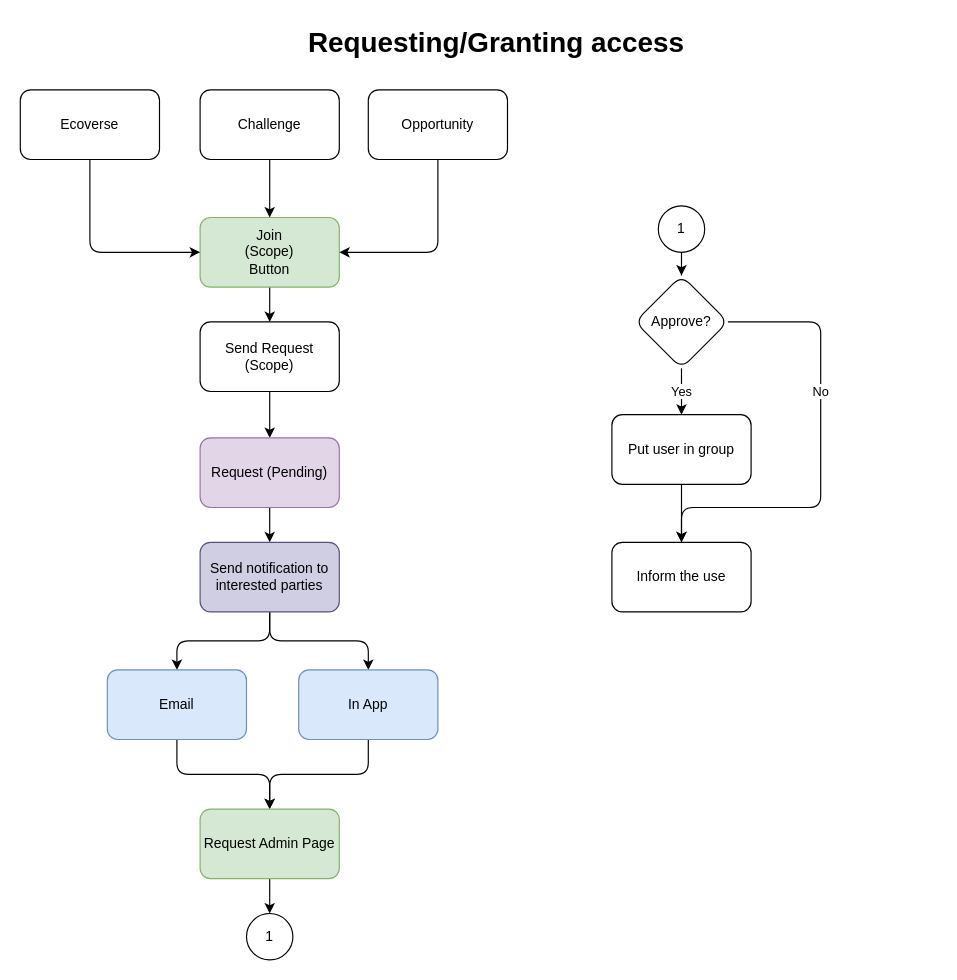
alkem-io/alkemio keeps this draw.io diagram as page "Application" (2 of 7) of Design/UserOnboardingFlow.drawio. Above is the earlier version. Source tidied: cells renumbered, new cells numbered last; positions are measured from the earlier drawing's top-left corner, leaving out a move shared by most shapes. Both pictures are drawn from the tidied source at 116%, with x=0, y=0 at pixel (20, 20).
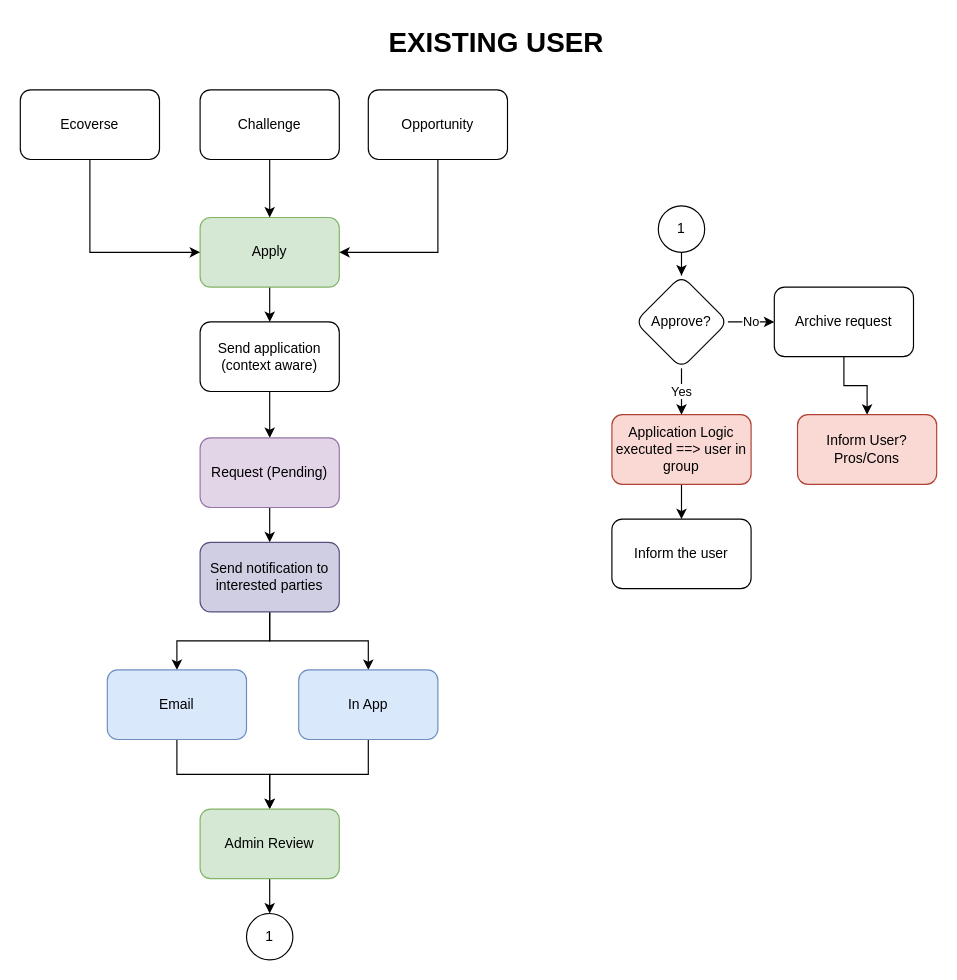
The same diagram, later.

Unchanged cells that the change refers to:
```xml
<mxCell id="10" value="Send notification to interested parties" style="whiteSpace=wrap;html=1;rounded=1;fillColor=#d0cee2;strokeColor=#56517e;" parent="1" vertex="1">
  <mxGeometry x="155" y="450" width="120" height="60" as="geometry" />
</mxCell>
<mxCell id="12" value="Email" style="whiteSpace=wrap;html=1;rounded=1;fillColor=#dae8fc;strokeColor=#6c8ebf;" parent="1" vertex="1">
  <mxGeometry x="75" y="560" width="120" height="60" as="geometry" />
</mxCell>
<mxCell id="14" value="In App" style="whiteSpace=wrap;html=1;rounded=1;fillColor=#dae8fc;strokeColor=#6c8ebf;" parent="1" vertex="1">
  <mxGeometry x="240" y="560" width="120" height="60" as="geometry" />
</mxCell>
<mxCell id="19" value="Approve?" style="rhombus;whiteSpace=wrap;html=1;rounded=1;" parent="1" vertex="1">
  <mxGeometry x="530" y="220" width="80" height="80" as="geometry" />
</mxCell>
<mxCell id="27" value="Ecoverse" style="rounded=1;whiteSpace=wrap;html=1;" parent="1" vertex="1">
  <mxGeometry y="60" width="120" height="60" as="geometry" />
</mxCell>
<mxCell id="31" value="Opportunity" style="rounded=1;whiteSpace=wrap;html=1;" parent="1" vertex="1">
  <mxGeometry x="300" y="60" width="120" height="60" as="geometry" />
</mxCell>
```

What changed in the source:
```diff
@@
-    <mxCell id="3" value="Join&lt;br&gt;(Scope)&lt;br&gt;Button" style="rounded=1;whiteSpace=wrap;html=1;fillColor=#d5e8d4;strokeColor=#82b366;" parent="1" vertex="1">
+    <mxCell id="3" value="Apply" style="rounded=1;whiteSpace=wrap;html=1;fillColor=#d5e8d4;strokeColor=#82b366;" parent="1" vertex="1">
       <mxGeometry x="155" y="170" width="120" height="60" as="geometry" />
     </mxCell>
@@
-    <mxCell id="5" value="Send Request&lt;br&gt;(Scope)" style="whiteSpace=wrap;html=1;rounded=1;" parent="1" vertex="1">
+    <mxCell id="5" value="Send application&lt;br&gt;(context aware)" style="whiteSpace=wrap;html=1;rounded=1;" parent="1" vertex="1">
       <mxGeometry x="155" y="260" width="120" height="60" as="geometry" />
     </mxCell>
@@
-    <mxCell id="8" style="edgeStyle=orthogonalEdgeStyle;rounded=1;jettySize=auto;html=1;" parent="1" edge="1" source="10" target="12">
+    <mxCell id="8" style="edgeStyle=orthogonalEdgeStyle;rounded=0;jettySize=auto;html=1;" parent="1" edge="1" source="10" target="12">
       <mxGeometry relative="1" as="geometry" />
     </mxCell>
-    <mxCell id="9" style="edgeStyle=orthogonalEdgeStyle;rounded=1;jettySize=auto;html=1;" parent="1" edge="1" source="10" target="14">
+    <mxCell id="9" style="edgeStyle=orthogonalEdgeStyle;rounded=0;jettySize=auto;html=1;" parent="1" edge="1" source="10" target="14">
       <mxGeometry relative="1" as="geometry" />
     </mxCell>
@@
-    <mxCell id="11" style="edgeStyle=orthogonalEdgeStyle;rounded=1;jettySize=auto;html=1;" parent="1" edge="1" source="12" target="16">
+    <mxCell id="11" style="edgeStyle=orthogonalEdgeStyle;rounded=0;jettySize=auto;html=1;" parent="1" edge="1" source="12" target="16">
       <mxGeometry relative="1" as="geometry" />
     </mxCell>
@@
-    <mxCell id="13" style="edgeStyle=orthogonalEdgeStyle;rounded=1;jettySize=auto;html=1;entryX=0.5;entryY=0;entryDx=0;entryDy=0;" parent="1" edge="1" source="14" target="16">
+    <mxCell id="13" style="edgeStyle=orthogonalEdgeStyle;rounded=0;jettySize=auto;html=1;entryX=0.5;entryY=0;entryDx=0;entryDy=0;" parent="1" edge="1" source="14" target="16">
       <mxGeometry relative="1" as="geometry" />
     </mxCell>
@@
-    <mxCell id="16" value="Request Admin Page" style="rounded=1;whiteSpace=wrap;html=1;fillColor=#d5e8d4;strokeColor=#82b366;" parent="1" vertex="1">
+    <mxCell id="16" value="Admin Review" style="rounded=1;whiteSpace=wrap;html=1;fillColor=#d5e8d4;strokeColor=#82b366;" parent="1" vertex="1">
       <mxGeometry x="155" y="680" width="120" height="60" as="geometry" />
     </mxCell>
@@
-    <mxCell id="18" value="No" style="edgeStyle=orthogonalEdgeStyle;rounded=1;jettySize=auto;html=1;entryX=0.5;entryY=0;entryDx=0;entryDy=0;" parent="1" edge="1" source="19" target="25">
-      <mxGeometry x="-0.28" relative="1" as="geometry">
+    <mxCell id="18" value="No" style="edgeStyle=orthogonalEdgeStyle;rounded=0;jettySize=auto;html=1;" parent="1" edge="1" source="19" target="34">
+      <mxGeometry relative="1" as="geometry">
         <Array as="points">
-          <mxPoint x="690" y="260" />
-          <mxPoint x="690" y="420" />
-          <mxPoint x="570" y="420" />
+          <mxPoint x="627" y="260" />
+          <mxPoint x="627" y="260" />
         </Array>
       </mxGeometry>
     </mxCell>
@@
+    <mxCell id="33" style="edgeStyle=orthogonalEdgeStyle;rounded=0;jettySize=auto;html=1;" parent="1" edge="1" source="34" target="35">
+      <mxGeometry relative="1" as="geometry" />
+    </mxCell>
+    <mxCell id="34" value="Archive request" style="whiteSpace=wrap;html=1;rounded=1;" parent="1" vertex="1">
+      <mxGeometry x="650" y="230" width="120" height="60" as="geometry" />
+    </mxCell>
@@
-    <mxCell id="24" value="Put user in group" style="rounded=1;whiteSpace=wrap;html=1;" parent="1" vertex="1">
+    <mxCell id="24" value="Application Logic executed ==&amp;gt; user in group" style="rounded=1;whiteSpace=wrap;html=1;fillColor=#fad9d5;strokeColor=#ae4132;" parent="1" vertex="1">
       <mxGeometry x="510" y="340" width="120" height="60" as="geometry" />
     </mxCell>
+    <mxCell id="35" value="Inform User?&lt;br&gt;Pros/Cons" style="rounded=1;whiteSpace=wrap;html=1;fillColor=#fad9d5;strokeColor=#ae4132;" parent="1" vertex="1">
+      <mxGeometry x="670" y="340" width="120" height="60" as="geometry" />
+    </mxCell>
-    <mxCell id="25" value="Inform the use" style="rounded=1;whiteSpace=wrap;html=1;" parent="1" vertex="1">
-      <mxGeometry x="510" y="450" width="120" height="60" as="geometry" />
+    <mxCell id="25" value="Inform the user" style="rounded=1;whiteSpace=wrap;html=1;" parent="1" vertex="1">
+      <mxGeometry x="510" y="430" width="120" height="60" as="geometry" />
     </mxCell>
-    <mxCell id="26" style="edgeStyle=orthogonalEdgeStyle;rounded=1;jettySize=auto;html=1;entryX=0;entryY=0.5;entryDx=0;entryDy=0;" parent="1" edge="1" source="27" target="3">
+    <mxCell id="26" style="edgeStyle=orthogonalEdgeStyle;rounded=0;jettySize=auto;html=1;entryX=0;entryY=0.5;entryDx=0;entryDy=0;" parent="1" edge="1" source="27" target="3">
       <mxGeometry relative="1" as="geometry">
         <Array as="points">
           <mxPoint x="60" y="200" />
         </Array>
       </mxGeometry>
     </mxCell>
@@
-    <mxCell id="30" style="edgeStyle=orthogonalEdgeStyle;rounded=1;jettySize=auto;html=1;exitX=0.5;exitY=1;exitDx=0;exitDy=0;entryX=1;entryY=0.5;entryDx=0;entryDy=0;" parent="1" edge="1" source="31" target="3">
+    <mxCell id="30" style="edgeStyle=orthogonalEdgeStyle;rounded=0;jettySize=auto;html=1;exitX=0.5;exitY=1;exitDx=0;exitDy=0;entryX=1;entryY=0.5;entryDx=0;entryDy=0;" parent="1" edge="1" source="31" target="3">
       <mxGeometry relative="1" as="geometry" />
     </mxCell>
@@
-    <mxCell id="32" value="Requesting/Granting access" style="text;strokeColor=none;fillColor=none;html=1;fontSize=24;fontStyle=1;verticalAlign=middle;align=center;" parent="1" vertex="1">
+    <mxCell id="32" value="EXISTING USER" style="text;strokeColor=none;fillColor=none;html=1;fontSize=24;fontStyle=1;verticalAlign=middle;align=center;" parent="1" vertex="1">
       <mxGeometry x="360" width="100" height="40" as="geometry" />
     </mxCell>
```
